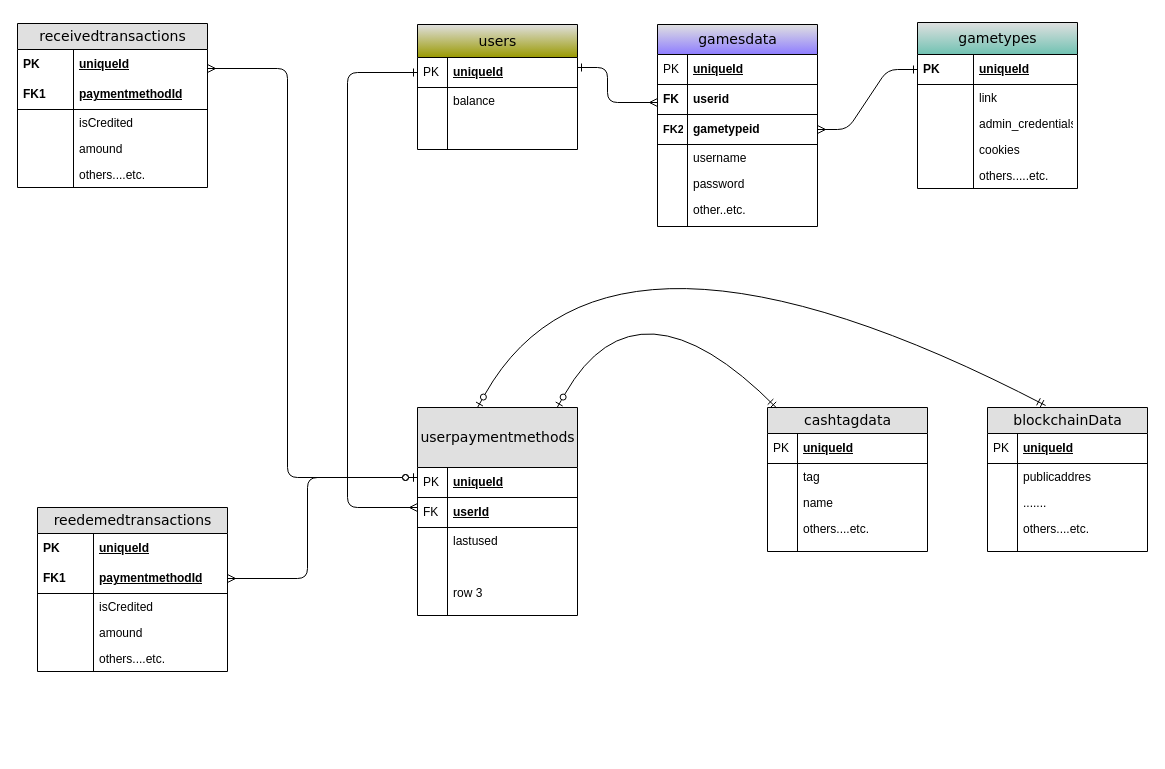
Above: page "Page-1" (1 of 2) of Untitled Diagram.drawio in w0aw/diagrams (draw.io), before the change. Source tidied: cells renumbered, new cells numbered last; positions are measured from the earlier drawing's top-left corner, leaving out a move shared by most shapes. Both pictures are drawn from the tidied source at 100%, with x=0, y=0 at pixel (17, 22).
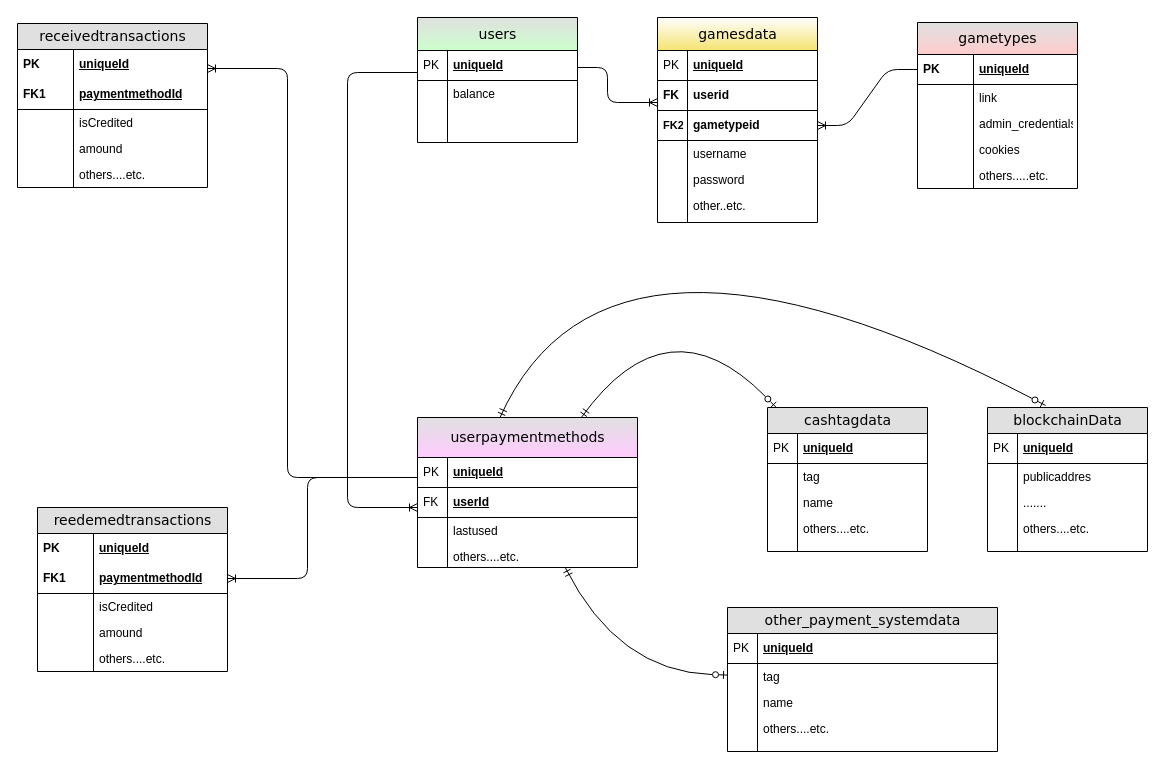
After the change.

Unchanged cells that the change refers to:
```xml
<mxCell id="3" value="uniqueId" style="shape=partialRectangle;top=0;left=0;right=0;bottom=0;html=1;align=left;verticalAlign=middle;fillColor=none;spacingLeft=60;spacingRight=4;whiteSpace=wrap;overflow=hidden;points=[[0,0.5],[1,0.5]];portConstraint=eastwest;fontStyle=5;" parent="2" vertex="1">
  <mxGeometry y="26" width="190" height="30" as="geometry" />
</mxCell>
<mxCell id="14" value="uniqueId" style="shape=partialRectangle;top=0;left=0;right=0;bottom=1;html=1;align=left;verticalAlign=middle;fillColor=none;spacingLeft=34;spacingRight=4;whiteSpace=wrap;overflow=hidden;points=[[0,0.5],[1,0.5]];portConstraint=eastwest;fontStyle=5;" parent="13" vertex="1">
  <mxGeometry y="33" width="160" height="30" as="geometry" />
</mxCell>
<mxCell id="51" value="uniqueId" style="shape=partialRectangle;top=0;left=0;right=0;bottom=1;html=1;align=left;verticalAlign=middle;fillColor=none;spacingLeft=60;spacingRight=4;whiteSpace=wrap;overflow=hidden;points=[[0,0.5],[1,0.5]];portConstraint=eastwest;fontStyle=5;" parent="50" vertex="1">
  <mxGeometry y="32" width="160" height="30" as="geometry" />
</mxCell>
<mxCell id="64" value="cashtagdata" style="swimlane;html=1;fontStyle=0;horizontal=1;startSize=26;fillColor=#e0e0e0;swimlaneFillColor=#ffffff;align=center;rounded=0;shadow=0;comic=0;labelBackgroundColor=none;strokeWidth=1;fontFamily=Verdana;fontSize=14;" parent="1" vertex="1">
  <mxGeometry x="750" y="385" width="160" height="144" as="geometry" />
</mxCell>
<mxCell id="79" value="paymentmethodId" style="shape=partialRectangle;top=0;left=0;right=0;bottom=1;html=1;align=left;verticalAlign=middle;fillColor=none;spacingLeft=60;spacingRight=4;whiteSpace=wrap;overflow=hidden;points=[[0,0.5],[1,0.5]];portConstraint=eastwest;fontStyle=5;" parent="76" vertex="1">
  <mxGeometry y="56" width="190" height="30" as="geometry" />
</mxCell>
<mxCell id="89" value="blockchainData" style="swimlane;html=1;fontStyle=0;horizontal=1;startSize=26;fillColor=#e0e0e0;swimlaneFillColor=#ffffff;align=center;rounded=0;shadow=0;comic=0;labelBackgroundColor=none;strokeWidth=1;fontFamily=Verdana;fontSize=14;" parent="1" vertex="1">
  <mxGeometry x="970" y="385" width="160" height="144" as="geometry" />
</mxCell>
```

The edit, as a diff of the source:
```diff
@@
-    <mxCell id="13" value="users" style="swimlane;html=1;fontStyle=0;horizontal=1;startSize=33;fillColor=#e0e0e0;swimlaneFillColor=#ffffff;align=center;rounded=0;shadow=0;comic=0;labelBackgroundColor=none;strokeWidth=1;fontFamily=Verdana;fontSize=14;swimlaneLine=1;gradientColor=#999900;" parent="1" vertex="1">
-      <mxGeometry x="400" y="2" width="160" height="125" as="geometry" />
+    <mxCell id="13" value="users" style="swimlane;html=1;fontStyle=0;horizontal=1;startSize=33;fillColor=#e0e0e0;swimlaneFillColor=#ffffff;align=center;rounded=0;shadow=0;comic=0;labelBackgroundColor=none;strokeWidth=1;fontFamily=Verdana;fontSize=14;swimlaneLine=1;gradientColor=#CCFFCC;" parent="1" vertex="1">
+      <mxGeometry x="400" y="-5" width="160" height="125" as="geometry" />
     </mxCell>
@@
-    <mxCell id="22" value="userpaymentmethods" style="swimlane;html=1;fontStyle=0;horizontal=1;startSize=60;fillColor=#e0e0e0;swimlaneFillColor=#ffffff;align=center;rounded=0;shadow=0;comic=0;labelBackgroundColor=none;strokeWidth=1;fontFamily=Verdana;fontSize=14;" parent="1" vertex="1">
-      <mxGeometry x="400" y="385" width="160" height="208" as="geometry" />
+    <mxCell id="22" value="userpaymentmethods" style="swimlane;html=1;fontStyle=0;horizontal=1;startSize=40;fillColor=#e0e0e0;swimlaneFillColor=#ffffff;align=center;rounded=0;shadow=0;comic=0;labelBackgroundColor=none;strokeWidth=1;fontFamily=Verdana;fontSize=14;gradientColor=#FFCCFF;" parent="1" vertex="1">
+      <mxGeometry x="400" y="395" width="220" height="150" as="geometry" />
     </mxCell>
     <mxCell id="23" value="uniqueId" style="shape=partialRectangle;top=0;left=0;right=0;bottom=1;html=1;align=left;verticalAlign=middle;fillColor=none;spacingLeft=34;spacingRight=4;whiteSpace=wrap;overflow=hidden;points=[[0,0.5],[1,0.5]];portConstraint=eastwest;fontStyle=5;" parent="22" vertex="1">
-      <mxGeometry y="60" width="160" height="30" as="geometry" />
+      <mxGeometry y="40" width="220" height="30" as="geometry" />
     </mxCell>
@@
     <mxCell id="25" value="userId" style="shape=partialRectangle;top=0;left=0;right=0;bottom=1;html=1;align=left;verticalAlign=middle;fillColor=none;spacingLeft=34;spacingRight=4;whiteSpace=wrap;overflow=hidden;points=[[0,0.5],[1,0.5]];portConstraint=eastwest;fontStyle=5;" parent="22" vertex="1">
-      <mxGeometry y="90" width="160" height="30" as="geometry" />
+      <mxGeometry y="70" width="220" height="30" as="geometry" />
     </mxCell>
@@
     <mxCell id="27" value="lastused" style="shape=partialRectangle;top=0;left=0;right=0;bottom=0;html=1;align=left;verticalAlign=top;fillColor=none;spacingLeft=34;spacingRight=4;whiteSpace=wrap;overflow=hidden;" parent="22" vertex="1">
-      <mxGeometry y="120" width="160" height="26" as="geometry" />
+      <mxGeometry y="100" width="220" height="26" as="geometry" />
     </mxCell>
@@
-    <mxCell id="29" style="shape=partialRectangle;top=0;left=0;right=0;bottom=0;html=1;align=left;verticalAlign=top;fillColor=none;spacingLeft=34;spacingRight=4;whiteSpace=wrap;overflow=hidden;" parent="22" vertex="1">
-      <mxGeometry y="146" width="160" height="26" as="geometry" />
-    </mxCell>
-    <mxCell id="30" style="shape=partialRectangle;top=0;left=0;bottom=0;html=1;fillColor=none;align=left;verticalAlign=top;spacingLeft=4;spacingRight=4;whiteSpace=wrap;overflow=hidden;" parent="29" vertex="1">
-      <mxGeometry width="30" height="26" as="geometry" />
-    </mxCell>
-    <mxCell id="31" value="row 3" style="shape=partialRectangle;top=0;left=0;right=0;bottom=0;html=1;align=left;verticalAlign=top;fillColor=none;spacingLeft=34;spacingRight=4;whiteSpace=wrap;overflow=hidden;" parent="22" vertex="1">
-      <mxGeometry y="172" width="160" height="26" as="geometry" />
+    <mxCell id="31" value="others....etc." style="shape=partialRectangle;top=0;left=0;right=0;bottom=0;html=1;align=left;verticalAlign=top;fillColor=none;spacingLeft=34;spacingRight=4;whiteSpace=wrap;overflow=hidden;" parent="22" vertex="1">
+      <mxGeometry y="126" width="220" height="24" as="geometry" />
     </mxCell>
     <mxCell id="32" style="shape=partialRectangle;top=0;left=0;bottom=0;html=1;fillColor=none;align=left;verticalAlign=top;spacingLeft=4;spacingRight=4;whiteSpace=wrap;overflow=hidden;" parent="31" vertex="1">
-      <mxGeometry width="30" height="26" as="geometry" />
+      <mxGeometry width="30" height="24" as="geometry" />
     </mxCell>
-    <mxCell id="33" style="shape=partialRectangle;top=0;left=0;right=0;bottom=0;html=1;align=left;verticalAlign=top;fillColor=none;spacingLeft=34;spacingRight=4;whiteSpace=wrap;overflow=hidden;" parent="22" vertex="1">
-      <mxGeometry y="198" width="160" height="10" as="geometry" />
-    </mxCell>
-    <mxCell id="34" style="shape=partialRectangle;top=0;left=0;bottom=0;html=1;fillColor=none;align=left;verticalAlign=top;spacingLeft=4;spacingRight=4;whiteSpace=wrap;overflow=hidden;" parent="33" vertex="1">
-      <mxGeometry width="30" height="10" as="geometry" />
-    </mxCell>
-    <mxCell id="35" value="gamesdata" style="swimlane;html=1;fontStyle=0;horizontal=1;startSize=30;fillColor=#e0e0e0;swimlaneFillColor=#ffffff;align=center;rounded=0;shadow=0;comic=0;labelBackgroundColor=none;strokeWidth=1;fontFamily=Verdana;fontSize=14;gradientColor=#8E7DFF;swimlaneLine=1;" parent="1" vertex="1">
-      <mxGeometry x="640" y="2" width="160" height="202" as="geometry" />
+    <mxCell id="35" value="gamesdata" style="swimlane;html=1;fontStyle=0;horizontal=1;startSize=33;fillColor=default;swimlaneFillColor=default;align=center;rounded=0;shadow=0;comic=0;labelBackgroundColor=none;strokeWidth=1;fontFamily=Verdana;fontSize=14;gradientColor=#F5E371;swimlaneLine=1;" parent="1" vertex="1">
+      <mxGeometry x="640" y="-5" width="160" height="205" as="geometry" />
     </mxCell>
     <mxCell id="36" value="uniqueId" style="shape=partialRectangle;top=0;left=0;right=0;bottom=1;html=1;align=left;verticalAlign=middle;fillColor=none;spacingLeft=34;spacingRight=4;whiteSpace=wrap;overflow=hidden;fontStyle=5;" parent="35" vertex="1">
-      <mxGeometry y="30" width="160" height="30" as="geometry" />
+      <mxGeometry y="33" width="160" height="30" as="geometry" />
     </mxCell>
@@
     <mxCell id="38" value="userid" style="shape=partialRectangle;top=0;left=0;right=0;bottom=1;html=1;align=left;verticalAlign=middle;fillColor=none;spacingLeft=34;spacingRight=4;whiteSpace=wrap;overflow=hidden;points=[[0,0.5],[1,0.5]];portConstraint=eastwest;fontStyle=1;" parent="35" vertex="1">
-      <mxGeometry y="60" width="160" height="30" as="geometry" />
+      <mxGeometry y="63" width="160" height="30" as="geometry" />
     </mxCell>
@@
     <mxCell id="40" value="gametypeid" style="shape=partialRectangle;top=0;left=0;right=0;bottom=1;html=1;align=left;verticalAlign=middle;fillColor=none;spacingLeft=34;spacingRight=4;whiteSpace=wrap;overflow=hidden;points=[[0,0.5],[1,0.5]];portConstraint=eastwest;fontStyle=1;" parent="35" vertex="1">
-      <mxGeometry y="90" width="160" height="30" as="geometry" />
+      <mxGeometry y="93" width="160" height="30" as="geometry" />
     </mxCell>
@@
     <mxCell id="42" value="username" style="shape=partialRectangle;top=0;left=0;right=0;bottom=0;html=1;align=left;verticalAlign=top;fillColor=none;spacingLeft=34;spacingRight=4;whiteSpace=wrap;overflow=hidden;" parent="35" vertex="1">
-      <mxGeometry y="120" width="160" height="26" as="geometry" />
+      <mxGeometry y="123" width="160" height="26" as="geometry" />
     </mxCell>
@@
     <mxCell id="44" value="password" style="shape=partialRectangle;top=0;left=0;right=0;bottom=0;html=1;align=left;verticalAlign=top;fillColor=none;spacingLeft=34;spacingRight=4;whiteSpace=wrap;overflow=hidden;" parent="35" vertex="1">
-      <mxGeometry y="146" width="160" height="26" as="geometry" />
+      <mxGeometry y="149" width="160" height="26" as="geometry" />
     </mxCell>
@@
     <mxCell id="46" value="other..etc." style="shape=partialRectangle;top=0;left=0;right=0;bottom=0;html=1;align=left;verticalAlign=top;fillColor=none;spacingLeft=34;spacingRight=4;whiteSpace=wrap;overflow=hidden;" parent="35" vertex="1">
-      <mxGeometry y="172" width="160" height="20" as="geometry" />
+      <mxGeometry y="175" width="160" height="20" as="geometry" />
     </mxCell>
@@
     <mxCell id="48" style="shape=partialRectangle;top=0;left=0;right=0;bottom=0;html=1;align=left;verticalAlign=top;fillColor=none;spacingLeft=34;spacingRight=4;whiteSpace=wrap;overflow=hidden;" parent="35" vertex="1">
-      <mxGeometry y="192" width="160" height="10" as="geometry" />
+      <mxGeometry y="195" width="160" height="10" as="geometry" />
     </mxCell>
@@
-    <mxCell id="50" value="gametypes" style="swimlane;html=1;fontStyle=0;horizontal=1;startSize=32;fillColor=#e0e0e0;swimlaneFillColor=#ffffff;align=center;rounded=0;shadow=0;comic=0;labelBackgroundColor=none;strokeWidth=1;fontFamily=Verdana;fontSize=14;gradientColor=#70C2B2;" parent="1" vertex="1">
+    <mxCell id="50" value="gametypes" style="swimlane;html=1;fontStyle=0;horizontal=1;startSize=32;fillColor=#e0e0e0;swimlaneFillColor=#ffffff;align=center;rounded=0;shadow=0;comic=0;labelBackgroundColor=none;strokeWidth=1;fontFamily=Verdana;fontSize=14;gradientColor=#FFCCCC;" parent="1" vertex="1">
       <mxGeometry x="900" width="160" height="166" as="geometry" />
     </mxCell>
@@
-    <mxCell id="61" style="edgeStyle=orthogonalEdgeStyle;html=1;endArrow=ERmany;startArrow=ERzeroToOne;labelBackgroundColor=none;fontFamily=Verdana;fontSize=14;endFill=0;startFill=0;" parent="1" edge="1" source="23" target="3">
+    <mxCell id="61" style="edgeStyle=orthogonalEdgeStyle;html=1;endArrow=ERoneToMany;startArrow=baseDash;labelBackgroundColor=none;fontFamily=Verdana;fontSize=14;endFill=0;startFill=0;" parent="1" edge="1" source="23" target="3">
       <mxGeometry relative="1" as="geometry">
         <Array as="points">
           <mxPoint x="270" y="455" />
           <mxPoint x="270" y="46" />
         </Array>
       </mxGeometry>
     </mxCell>
-    <mxCell id="62" style="edgeStyle=orthogonalEdgeStyle;html=1;endArrow=ERone;startArrow=ERmany;labelBackgroundColor=none;fontFamily=Verdana;fontSize=14;endFill=0;rounded=1;startFill=0;" parent="1" edge="1" source="38" target="14">
+    <mxCell id="62" style="edgeStyle=orthogonalEdgeStyle;html=1;endArrow=baseDash;startArrow=ERoneToMany;labelBackgroundColor=none;fontFamily=Verdana;fontSize=14;endFill=0;rounded=1;startFill=0;" parent="1" edge="1" source="38" target="14">
       <mxGeometry relative="1" as="geometry">
         <Array as="points">
           <mxPoint x="590" y="80" />
           <mxPoint x="590" y="45" />
         </Array>
       </mxGeometry>
     </mxCell>
-    <mxCell id="63" style="edgeStyle=entityRelationEdgeStyle;html=1;endArrow=ERone;startArrow=ERmany;labelBackgroundColor=none;fontFamily=Verdana;fontSize=14;startFill=0;rounded=1;endFill=0;" parent="1" edge="1" source="40" target="51">
+    <mxCell id="63" style="edgeStyle=entityRelationEdgeStyle;html=1;endArrow=baseDash;startArrow=ERoneToMany;labelBackgroundColor=none;fontFamily=Verdana;fontSize=14;startFill=0;rounded=1;endFill=0;" parent="1" edge="1" source="40" target="51">
       <mxGeometry relative="1" as="geometry" />
     </mxCell>
@@
-    <mxCell id="75" style="edgeStyle=orthogonalEdgeStyle;html=1;endArrow=ERone;startArrow=ERmany;labelBackgroundColor=none;fontFamily=Verdana;fontSize=14;endFill=0;startFill=0;" parent="1" edge="1" source="25" target="13">
+    <mxCell id="75" style="edgeStyle=orthogonalEdgeStyle;html=1;endArrow=baseDash;startArrow=ERoneToMany;labelBackgroundColor=none;fontFamily=Verdana;fontSize=14;endFill=0;startFill=0;" parent="1" edge="1" source="25" target="13">
       <mxGeometry relative="1" as="geometry">
         <Array as="points">
           <mxPoint x="330" y="485" />
           <mxPoint x="330" y="50" />
         </Array>
       </mxGeometry>
     </mxCell>
@@
-    <mxCell id="87" style="endArrow=ERmandOne;startArrow=ERzeroToOne;html=1;fontSize=11;startFill=0;endFill=0;curved=1;" parent="1" edge="1" source="22" target="64">
+    <mxCell id="87" style="endArrow=ERzeroToOne;startArrow=ERmandOne;html=1;fontSize=11;startFill=0;endFill=0;curved=1;" parent="1" edge="1" source="22" target="64">
       <mxGeometry relative="1" as="geometry">
         <Array as="points">
-          <mxPoint x="620" y="245" />
+          <mxPoint x="650" y="275" />
         </Array>
       </mxGeometry>
     </mxCell>
-    <mxCell id="88" style="edgeStyle=orthogonalEdgeStyle;html=1;endArrow=ERmany;startArrow=ERzeroToOne;labelBackgroundColor=none;fontFamily=Verdana;fontSize=14;endFill=0;startFill=0;" parent="1" edge="1" source="23" target="79">
+    <mxCell id="88" style="edgeStyle=orthogonalEdgeStyle;html=1;endArrow=ERoneToMany;startArrow=baseDash;labelBackgroundColor=none;fontFamily=Verdana;fontSize=14;endFill=0;startFill=0;" parent="1" edge="1" source="23" target="79">
       <mxGeometry relative="1" as="geometry">
         <Array as="points">
           <mxPoint x="290" y="455" />
           <mxPoint x="290" y="556" />
         </Array>
       </mxGeometry>
     </mxCell>
@@
-    <mxCell id="100" style="endArrow=ERmandOne;startArrow=ERzeroToOne;html=1;fontSize=11;startFill=0;endFill=0;curved=1;entryX=0.363;entryY=-0.014;entryDx=0;entryDy=0;entryPerimeter=0;exitX=0.375;exitY=0;exitDx=0;exitDy=0;exitPerimeter=0;" parent="1" edge="1" source="22" target="89">
+    <mxCell id="100" style="endArrow=ERzeroToOne;startArrow=ERmandOne;html=1;fontSize=11;startFill=0;endFill=0;curved=1;entryX=0.363;entryY=-0.014;entryDx=0;entryDy=0;entryPerimeter=0;exitX=0.375;exitY=0;exitDx=0;exitDy=0;exitPerimeter=0;" parent="1" edge="1" source="22" target="89">
       <mxGeometry relative="1" as="geometry">
         <Array as="points">
           <mxPoint x="590" y="155" />
         </Array>
       </mxGeometry>
     </mxCell>
+    <mxCell id="101" value="other_payment_systemdata" style="swimlane;html=1;fontStyle=0;horizontal=1;startSize=26;fillColor=#e0e0e0;swimlaneFillColor=#ffffff;align=center;rounded=0;shadow=0;comic=0;labelBackgroundColor=none;strokeWidth=1;fontFamily=Verdana;fontSize=14;" parent="1" vertex="1">
+      <mxGeometry x="710" y="585" width="270" height="144" as="geometry" />
+    </mxCell>
+    <mxCell id="102" value="uniqueId" style="shape=partialRectangle;top=0;left=0;right=0;bottom=1;html=1;align=left;verticalAlign=middle;fillColor=none;spacingLeft=34;spacingRight=4;whiteSpace=wrap;overflow=hidden;fontStyle=5;" parent="101" vertex="1">
+      <mxGeometry y="26" width="270" height="30" as="geometry" />
+    </mxCell>
+    <mxCell id="103" value="PK" style="shape=partialRectangle;top=0;left=0;bottom=0;html=1;fillColor=none;align=left;verticalAlign=middle;spacingLeft=4;spacingRight=4;whiteSpace=wrap;overflow=hidden;" parent="102" vertex="1">
+      <mxGeometry width="30" height="30" as="geometry" />
+    </mxCell>
+    <mxCell id="104" value="tag" style="shape=partialRectangle;top=0;left=0;right=0;bottom=0;html=1;align=left;verticalAlign=top;fillColor=none;spacingLeft=34;spacingRight=4;whiteSpace=wrap;overflow=hidden;" parent="101" vertex="1">
+      <mxGeometry y="56" width="270" height="26" as="geometry" />
+    </mxCell>
+    <mxCell id="105" style="shape=partialRectangle;top=0;left=0;bottom=0;html=1;fillColor=none;align=left;verticalAlign=top;spacingLeft=4;spacingRight=4;whiteSpace=wrap;overflow=hidden;" parent="104" vertex="1">
+      <mxGeometry width="30" height="26" as="geometry" />
+    </mxCell>
+    <mxCell id="106" value="name" style="shape=partialRectangle;top=0;left=0;right=0;bottom=0;html=1;align=left;verticalAlign=top;fillColor=none;spacingLeft=34;spacingRight=4;whiteSpace=wrap;overflow=hidden;" parent="101" vertex="1">
+      <mxGeometry y="82" width="270" height="26" as="geometry" />
+    </mxCell>
+    <mxCell id="107" style="shape=partialRectangle;top=0;left=0;bottom=0;html=1;fillColor=none;align=left;verticalAlign=top;spacingLeft=4;spacingRight=4;whiteSpace=wrap;overflow=hidden;" parent="106" vertex="1">
+      <mxGeometry width="30" height="26" as="geometry" />
+    </mxCell>
+    <mxCell id="108" value="others....etc." style="shape=partialRectangle;top=0;left=0;right=0;bottom=0;html=1;align=left;verticalAlign=top;fillColor=none;spacingLeft=34;spacingRight=4;whiteSpace=wrap;overflow=hidden;" parent="101" vertex="1">
+      <mxGeometry y="108" width="270" height="26" as="geometry" />
+    </mxCell>
+    <mxCell id="109" style="shape=partialRectangle;top=0;left=0;bottom=0;html=1;fillColor=none;align=left;verticalAlign=top;spacingLeft=4;spacingRight=4;whiteSpace=wrap;overflow=hidden;" parent="108" vertex="1">
+      <mxGeometry width="30" height="26" as="geometry" />
+    </mxCell>
+    <mxCell id="110" style="shape=partialRectangle;top=0;left=0;right=0;bottom=0;html=1;align=left;verticalAlign=top;fillColor=none;spacingLeft=34;spacingRight=4;whiteSpace=wrap;overflow=hidden;" parent="101" vertex="1">
+      <mxGeometry y="134" width="270" height="10" as="geometry" />
+    </mxCell>
+    <mxCell id="34" style="shape=partialRectangle;top=0;left=0;bottom=0;html=1;fillColor=none;align=left;verticalAlign=top;spacingLeft=4;spacingRight=4;whiteSpace=wrap;overflow=hidden;" parent="110" vertex="1">
+      <mxGeometry width="30" height="10" as="geometry" />
+    </mxCell>
+    <mxCell id="111" style="endArrow=ERzeroToOne;startArrow=ERmandOne;html=1;fontSize=11;startFill=0;endFill=0;curved=1;" parent="1" edge="1" source="22" target="101">
+      <mxGeometry relative="1" as="geometry">
+        <Array as="points">
+          <mxPoint x="600" y="649" />
+        </Array>
+      </mxGeometry>
+    </mxCell>
```
